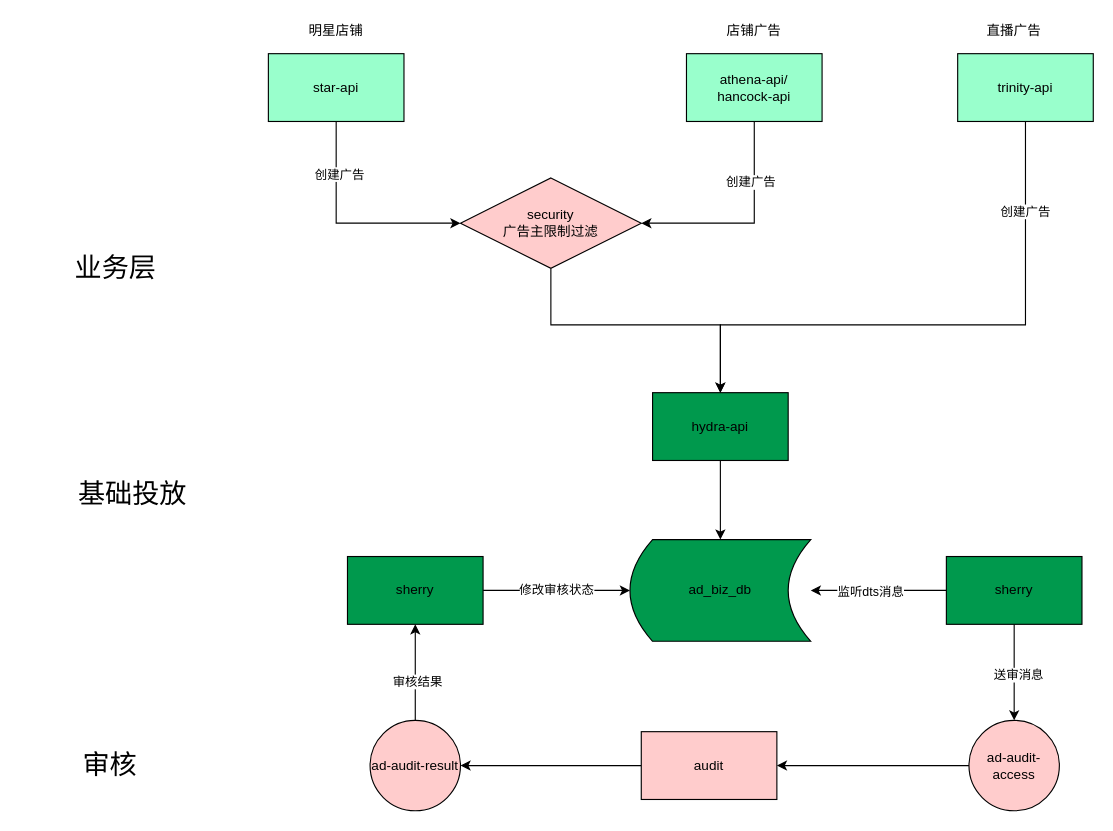
This is diagram/审核流程.drawio from flyfeifeiba/pdd-diagram, a draw.io file, before an edit. Source tidied: cells renumbered, new cells numbered last; positions are measured from the earlier drawing's top-left corner, leaving out a move shared by most shapes. Both pictures are drawn from the tidied source at 113%, with x=0, y=0 at pixel (19, 19).
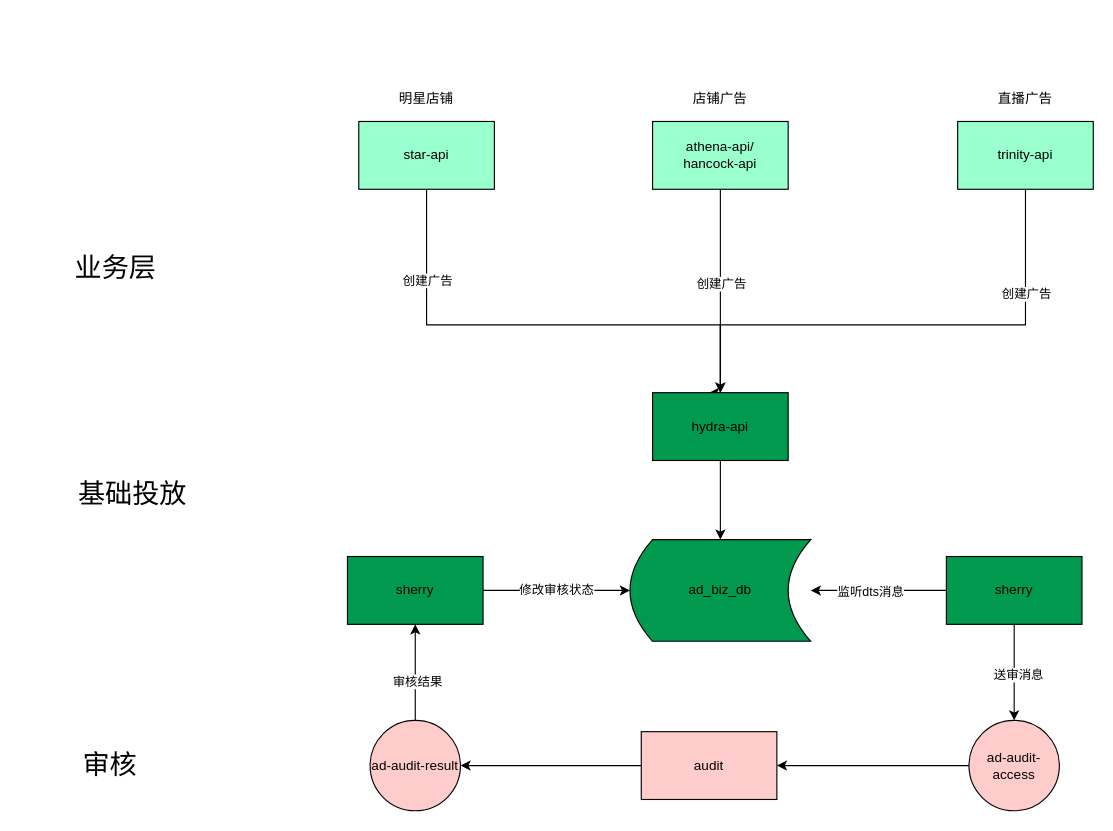
Above is the later version.

Unchanged cells that the change refers to:
```xml
<mxCell id="5" style="edgeStyle=orthogonalEdgeStyle;rounded=0;jettySize=auto;html=1;exitX=0.5;exitY=1;exitDx=0;exitDy=0;entryX=0.5;entryY=0;entryDx=0;entryDy=0;" parent="1" edge="1" source="7" target="12">
  <mxGeometry relative="1" as="geometry">
    <Array as="points">
      <mxPoint x="890" y="270" />
      <mxPoint x="620" y="270" />
    </Array>
  </mxGeometry>
</mxCell>
<mxCell id="12" value="hydra-api" style="rounded=0;whiteSpace=wrap;html=1;fillColor=#00994D;" parent="1" vertex="1">
  <mxGeometry x="560" y="330" width="120" height="60" as="geometry" />
</mxCell>
```

Diff of the diagram source:
```diff
@@
-    <mxCell id="2" style="edgeStyle=orthogonalEdgeStyle;rounded=0;jettySize=auto;html=1;exitX=0.5;exitY=1;exitDx=0;exitDy=0;entryX=0;entryY=0.5;entryDx=0;entryDy=0;fillColor=#00994D;" parent="1" edge="1" source="4" target="35">
-      <mxGeometry relative="1" as="geometry" />
+    <mxCell id="2" style="edgeStyle=orthogonalEdgeStyle;rounded=0;orthogonalLoop=1;jettySize=auto;html=1;exitX=0.5;exitY=1;exitDx=0;exitDy=0;fillColor=#00994D;" parent="1" edge="1">
+      <mxGeometry relative="1" as="geometry">
+        <mxPoint x="360" y="100" as="sourcePoint" />
+        <mxPoint x="610" y="330" as="targetPoint" />
+        <Array as="points">
+          <mxPoint x="360" y="270" />
+          <mxPoint x="620" y="270" />
+          <mxPoint x="620" y="330" />
+        </Array>
+      </mxGeometry>
     </mxCell>
     <mxCell id="3" value="创建广告" style="edgeLabel;html=1;align=center;verticalAlign=middle;" parent="2" vertex="1">
-      <mxGeometry x="-0.54" y="2" relative="1" as="geometry" />
+      <mxGeometry x="-0.54" y="2" relative="1" as="geometry">
+        <mxPoint x="-2" y="15" as="offset" />
+      </mxGeometry>
     </mxCell>
     <mxCell id="4" value="star-api" style="rounded=0;whiteSpace=wrap;html=1;fillColor=#99FFCC;" parent="1" vertex="1">
-      <mxGeometry x="220" y="30" width="120" height="60" as="geometry" />
+      <mxGeometry x="300" y="90" width="120" height="60" as="geometry" />
     </mxCell>
@@
     <mxCell id="6" value="创建广告" style="edgeLabel;html=1;align=center;verticalAlign=middle;" parent="5" vertex="1">
-      <mxGeometry x="-0.69" y="-1" relative="1" as="geometry" />
+      <mxGeometry x="-0.69" y="-1" relative="1" as="geometry">
+        <mxPoint x="1" y="22" as="offset" />
+      </mxGeometry>
     </mxCell>
     <mxCell id="7" value="trinity-api" style="rounded=0;whiteSpace=wrap;html=1;fillColor=#99FFCC;" parent="1" vertex="1">
-      <mxGeometry x="830" y="30" width="120" height="60" as="geometry" />
+      <mxGeometry x="830" y="90" width="120" height="60" as="geometry" />
     </mxCell>
-    <mxCell id="8" style="edgeStyle=orthogonalEdgeStyle;rounded=0;jettySize=auto;html=1;exitX=0.5;exitY=1;exitDx=0;exitDy=0;entryX=1;entryY=0.5;entryDx=0;entryDy=0;fillColor=#00994D;" parent="1" edge="1" source="10" target="35">
+    <mxCell id="8" style="edgeStyle=orthogonalEdgeStyle;rounded=0;jettySize=auto;html=1;exitX=0.5;exitY=1;exitDx=0;exitDy=0;entryX=0.5;entryY=0;entryDx=0;entryDy=0;fillColor=#00994D;" parent="1" edge="1" source="10" target="12">
       <mxGeometry relative="1" as="geometry" />
     </mxCell>
     <mxCell id="9" value="创建广告" style="edgeLabel;html=1;align=center;verticalAlign=middle;" parent="8" vertex="1">
-      <mxGeometry x="-0.44" y="-4" relative="1" as="geometry" />
+      <mxGeometry x="-0.44" y="-4" relative="1" as="geometry">
+        <mxPoint x="4" y="33" as="offset" />
+      </mxGeometry>
     </mxCell>
     <mxCell id="10" value="athena-api/&lt;br&gt;hancock-api" style="rounded=0;whiteSpace=wrap;html=1;fillColor=#99FFCC;" parent="1" vertex="1">
-      <mxGeometry x="590" y="30" width="120" height="60" as="geometry" />
+      <mxGeometry x="560" y="90" width="120" height="60" as="geometry" />
     </mxCell>
@@
     <mxCell id="19" value="明星店铺" style="text;html=1;strokeColor=none;fillColor=none;align=center;verticalAlign=middle;whiteSpace=wrap;rounded=0;" parent="1" vertex="1">
-      <mxGeometry x="250" width="60" height="20" as="geometry" />
+      <mxGeometry x="330" y="60" width="60" height="20" as="geometry" />
     </mxCell>
     <mxCell id="20" value="直播广告" style="text;html=1;strokeColor=none;fillColor=none;align=center;verticalAlign=middle;whiteSpace=wrap;rounded=0;" parent="1" vertex="1">
-      <mxGeometry x="850" width="60" height="20" as="geometry" />
+      <mxGeometry x="860" y="60" width="60" height="20" as="geometry" />
     </mxCell>
     <mxCell id="21" value="店铺广告" style="text;html=1;strokeColor=none;fillColor=none;align=center;verticalAlign=middle;whiteSpace=wrap;rounded=0;" parent="1" vertex="1">
-      <mxGeometry x="620" width="60" height="20" as="geometry" />
+      <mxGeometry x="590" y="60" width="60" height="20" as="geometry" />
     </mxCell>
@@
-    <mxCell id="34" style="edgeStyle=orthogonalEdgeStyle;rounded=0;jettySize=auto;html=1;fillColor=#00994D;entryX=0.5;entryY=0;entryDx=0;entryDy=0;" parent="1" edge="1" source="35" target="12">
-      <mxGeometry relative="1" as="geometry">
-        <Array as="points">
-          <mxPoint x="470" y="270" />
-          <mxPoint x="620" y="270" />
-        </Array>
-      </mxGeometry>
-    </mxCell>
-    <mxCell id="35" value="security&lt;br&gt;广告主限制过滤" style="rhombus;whiteSpace=wrap;html=1;fillColor=#FFCCCC;" parent="1" vertex="1">
-      <mxGeometry x="390" y="140" width="160" height="80" as="geometry" />
-    </mxCell>
```
